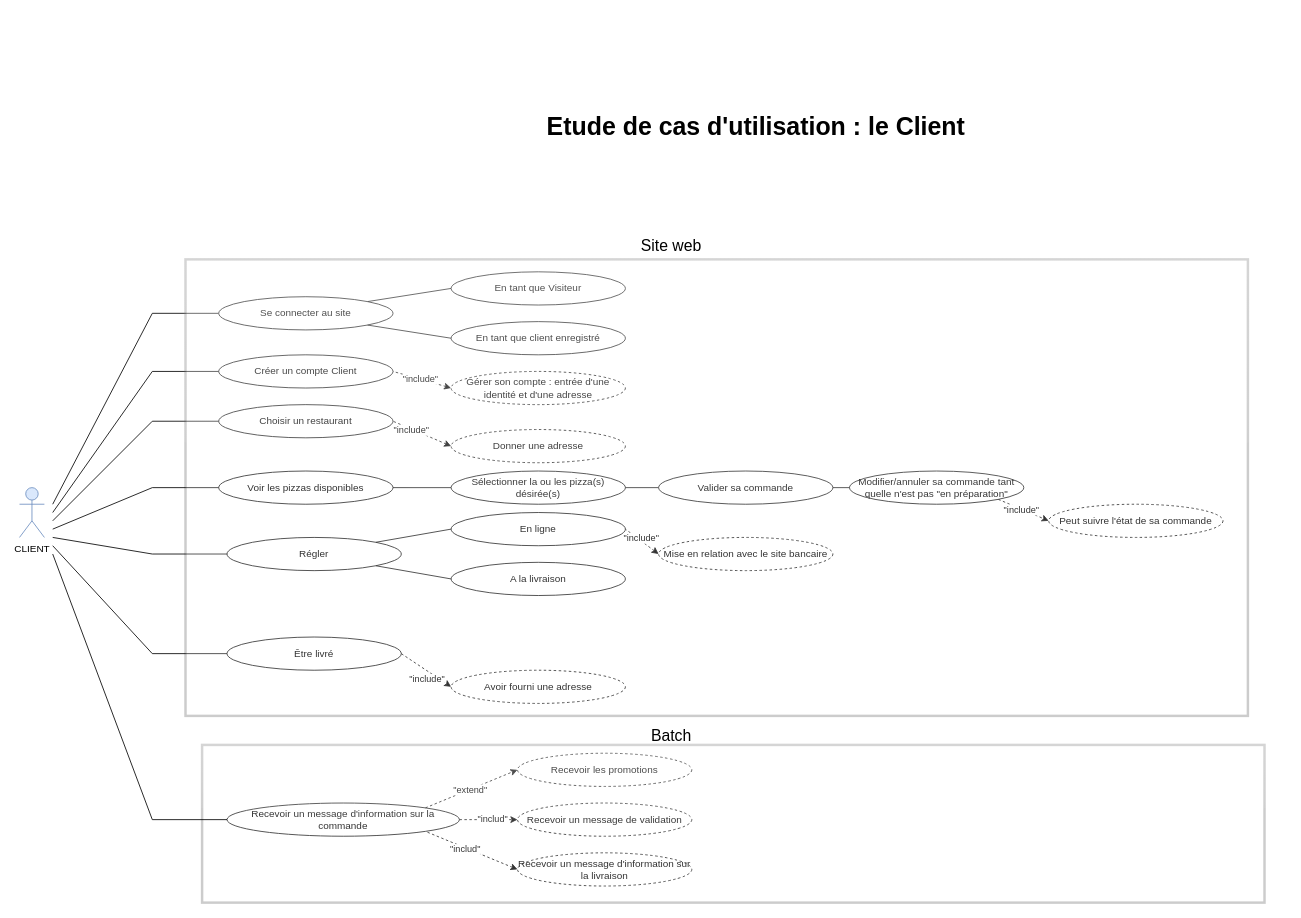
This is 1.drawio from OMorlotti/P4-analyser-les-besoin-de-mon-client-pour-son-groupe-de-pizzerias, a draw.io file, before an edit. Source tidied: cells renumbered, new cells numbered last; positions are measured from the earlier drawing's top-left corner, leaving out a move shared by most shapes. Both pictures are drawn from the tidied source at 83%, with x=0, y=0 at pixel (19, 105).
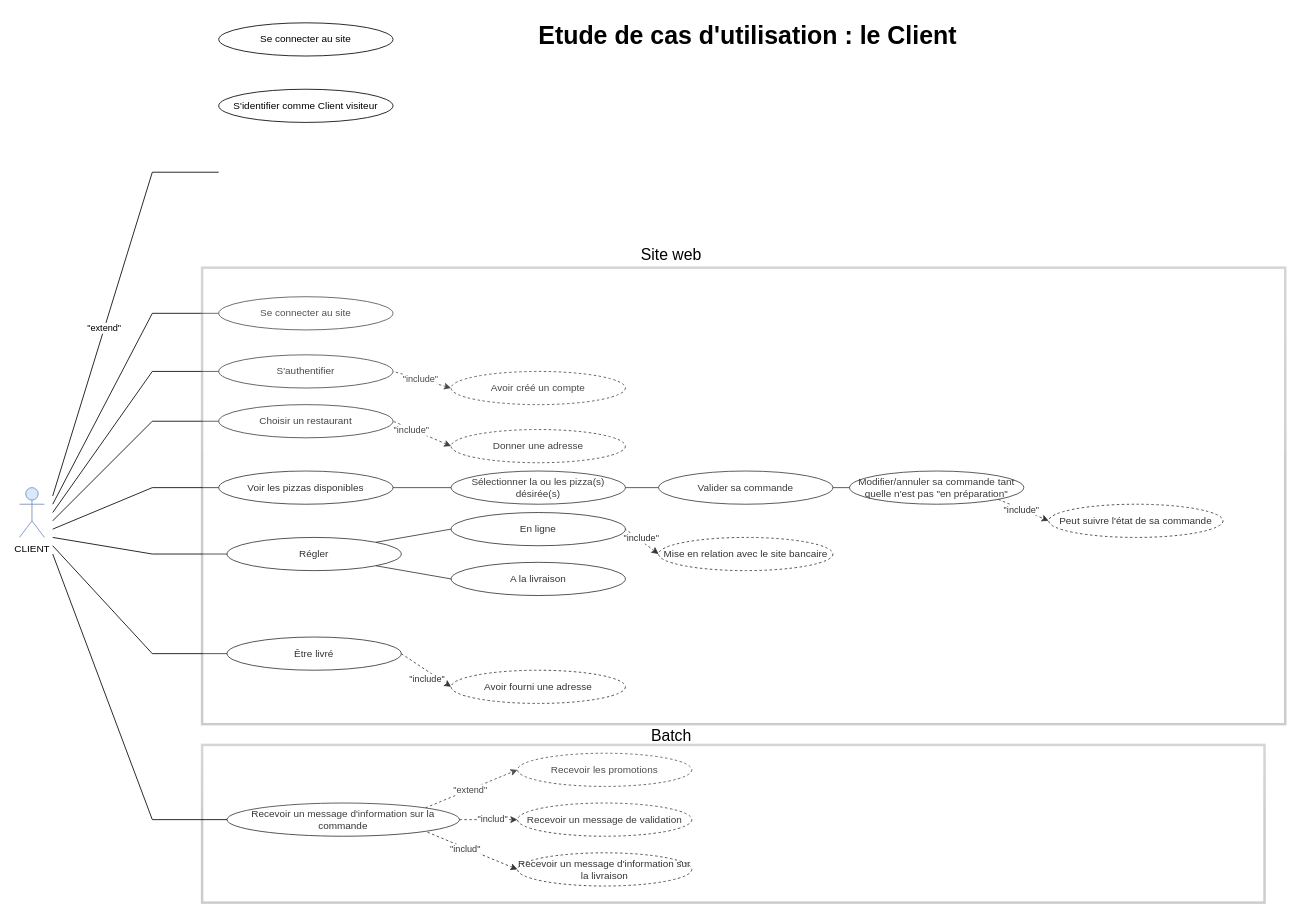
The same diagram, later.

Unchanged cells that the change refers to:
```xml
<mxCell id="5" value="Se connecter au site" style="ellipse;whiteSpace=wrap;html=1;" parent="1" vertex="1">
  <mxGeometry x="240" y="230" width="210" height="40" as="geometry" />
</mxCell>
```

Diff of the diagram source:
```diff
@@
-    <mxCell id="8" value="Créer un compte Client" style="ellipse;whiteSpace=wrap;html=1;" parent="1" vertex="1">
+    <mxCell id="8" value="S'authentifier" style="ellipse;whiteSpace=wrap;html=1;" parent="1" vertex="1">
       <mxGeometry x="240" y="300" width="210" height="40" as="geometry" />
     </mxCell>
@@
-    <mxCell id="13" style="endArrow=none;html=1;exitX=1;exitY=0;exitDx=0;exitDy=0;entryX=0;entryY=0.5;entryDx=0;entryDy=0;" parent="1" edge="1" source="5" target="15">
-      <mxGeometry relative="1" as="geometry" />
-    </mxCell>
-    <mxCell id="14" style="endArrow=none;html=1;entryX=1;entryY=1;entryDx=0;entryDy=0;exitX=0;exitY=0.5;exitDx=0;exitDy=0;" parent="1" edge="1" source="16" target="5">
-      <mxGeometry relative="1" as="geometry" />
-    </mxCell>
-    <mxCell id="15" value="En tant que Visiteur" style="ellipse;whiteSpace=wrap;html=1;" parent="1" vertex="1">
-      <mxGeometry x="520" y="200" width="210" height="40" as="geometry" />
-    </mxCell>
-    <mxCell id="16" value="En tant que client enregistré" style="ellipse;whiteSpace=wrap;html=1;" parent="1" vertex="1">
-      <mxGeometry x="520" y="260" width="210" height="40" as="geometry" />
-    </mxCell>
@@
-    <mxCell id="19" value="Gérer son compte : entrée d'une identité et d'une adresse" style="ellipse;whiteSpace=wrap;html=1;dashed=1;" parent="1" vertex="1">
+    <mxCell id="19" value="Avoir créé un compte" style="ellipse;whiteSpace=wrap;html=1;dashed=1;" parent="1" vertex="1">
       <mxGeometry x="520" y="320" width="210" height="40" as="geometry" />
     </mxCell>
@@
     <mxCell id="50" value="&lt;font size=&quot;1&quot;&gt;&lt;b style=&quot;font-size: 30px&quot;&gt;Etude de cas d'utilisation : le Client&lt;/b&gt;&lt;/font&gt;" style="text;html=1;strokeColor=none;fillColor=#ffffff;align=center;verticalAlign=middle;whiteSpace=wrap;rounded=0;" parent="1" vertex="1">
-      <mxGeometry x="610" width="555" height="50" as="geometry" />
+      <mxGeometry x="600" y="-110" width="555" height="50" as="geometry" />
     </mxCell>
-    <mxCell id="51" style="rounded=0;whiteSpace=wrap;html=1;fillColor=#ffffff;strokeWidth=3;strokeColor=#000000;opacity=20;glass=1;perimeterSpacing=0;" parent="1" vertex="1">
-      <mxGeometry x="200" y="185" width="1280" height="550" as="geometry" />
-    </mxCell>
     <mxCell id="52" value="&lt;font style=&quot;font-size: 19px&quot;&gt;Site web&lt;/font&gt;" style="text;html=1;align=center;verticalAlign=middle;" parent="1" vertex="1">
-      <mxGeometry x="740" y="160" width="90" height="20" as="geometry" />
+      <mxGeometry x="740" y="170" width="90" height="20" as="geometry" />
     </mxCell>
@@
+    <mxCell id="51" style="rounded=0;whiteSpace=wrap;html=1;fillColor=#ffffff;strokeWidth=3;strokeColor=#000000;opacity=20;glass=1;perimeterSpacing=0;" parent="1" vertex="1">
+      <mxGeometry x="220" y="195" width="1305" height="550" as="geometry" />
+    </mxCell>
+    <mxCell id="67" style="endArrow=none;html=1;" parent="1" edge="1">
+      <mxGeometry relative="1" as="geometry">
+        <mxPoint x="40" y="470" as="sourcePoint" />
+        <mxPoint x="160" y="80" as="targetPoint" />
+      </mxGeometry>
+    </mxCell>
+    <mxCell id="68" value="&quot;extend&quot;" style="edgeLabel;html=1;align=center;verticalAlign=middle;rotation=0;" parent="67" vertex="1">
+      <mxGeometry x="0.04" y="1" relative="1" as="geometry" />
+    </mxCell>
+    <mxCell id="69" style="endArrow=none;html=1;" parent="1" edge="1">
+      <mxGeometry relative="1" as="geometry">
+        <mxPoint x="160" y="80" as="sourcePoint" />
+        <mxPoint x="240" y="80" as="targetPoint" />
+      </mxGeometry>
+    </mxCell>
+    <mxCell id="70" value="Se connecter au site" style="ellipse;whiteSpace=wrap;html=1;" parent="1" vertex="1">
+      <mxGeometry x="240" y="-100" width="210" height="40" as="geometry" />
+    </mxCell>
+    <mxCell id="71" value="S'identifier comme Client visiteur" style="ellipse;whiteSpace=wrap;html=1;" parent="1" vertex="1">
+      <mxGeometry x="240" y="-20" width="210" height="40" as="geometry" />
+    </mxCell>
```
